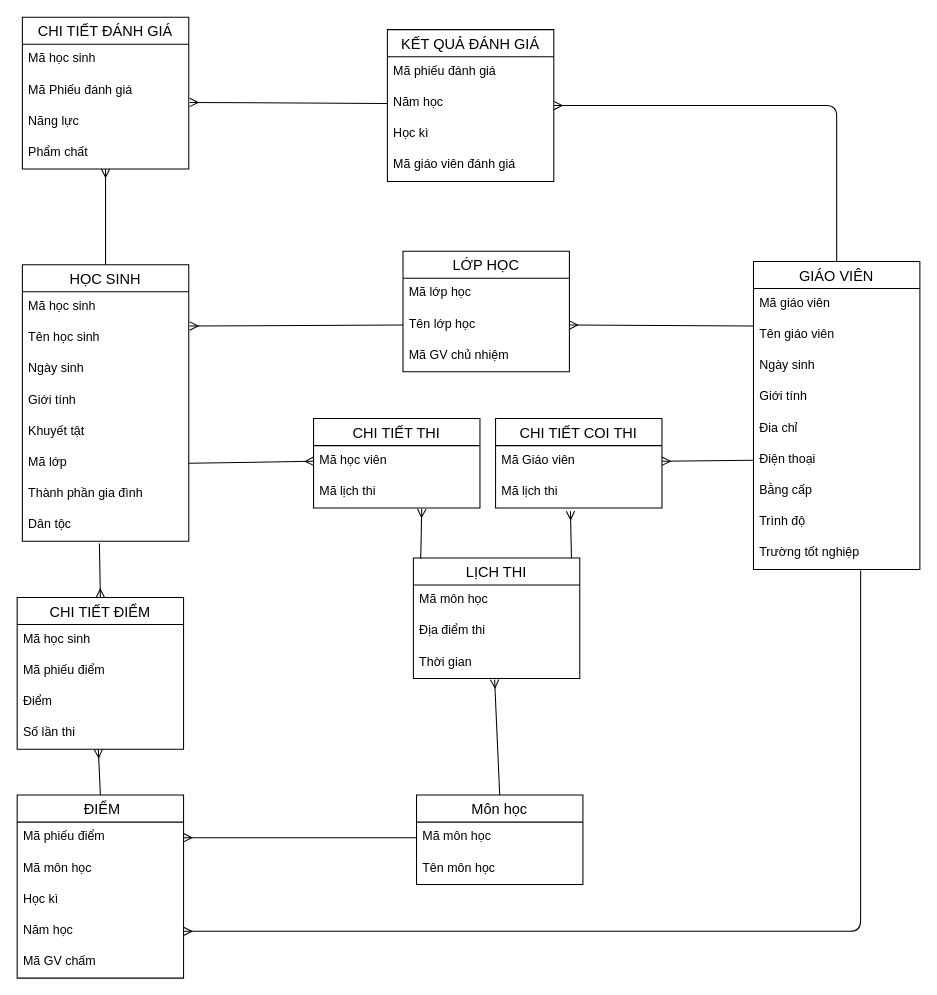
TLGKien/graph keeps this draw.io diagram as 3.2.2.drawio. Above is the earlier version. Source tidied: cells renumbered, new cells numbered last; positions are measured from the earlier drawing's top-left corner, leaving out a move shared by most shapes. Both pictures are drawn from the tidied source at 104%, with x=0, y=0 at pixel (17, 17).
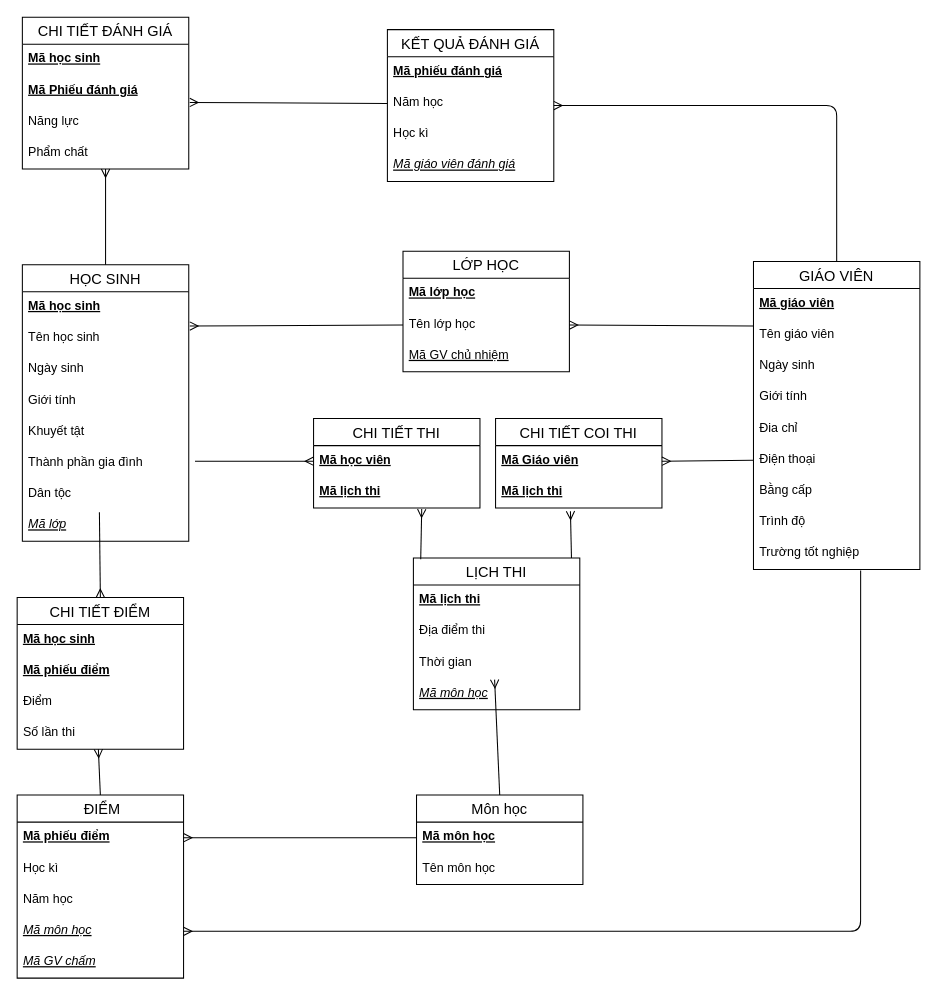
The same page after the edit.

Unchanged cells that the change refers to:
```xml
<mxCell id="2" value="HỌC SINH" style="swimlane;fontStyle=0;horizontal=1;startSize=26;align=center;fontSize=14;" parent="1" vertex="1">
  <mxGeometry x="5" y="238" width="160" height="266" as="geometry" />
</mxCell>
<mxCell id="11" value="GIÁO VIÊN" style="swimlane;fontStyle=0;horizontal=1;startSize=26;align=center;fontSize=14;" parent="1" vertex="1">
  <mxGeometry x="708" y="235" width="160" height="296" as="geometry" />
</mxCell>
<mxCell id="20" value="Trường tốt nghiệp" style="text;strokeColor=none;fillColor=none;spacingLeft=4;spacingRight=4;overflow=hidden;points=[[0,0.5],[1,0.5]];portConstraint=eastwest;fontSize=12;" parent="11" vertex="1">
  <mxGeometry y="266" width="160" height="30" as="geometry" />
</mxCell>
<mxCell id="21" value="LỚP HỌC" style="swimlane;fontStyle=0;horizontal=1;startSize=26;align=center;fontSize=14;" parent="1" vertex="1">
  <mxGeometry x="371" y="225" width="160" height="116" as="geometry" />
</mxCell>
<mxCell id="25" value="Môn học" style="swimlane;fontStyle=0;horizontal=1;startSize=26;align=center;fontSize=14;" parent="1" vertex="1">
  <mxGeometry x="384" y="748" width="160" height="86" as="geometry" />
</mxCell>
<mxCell id="32" value="CHI TIẾT COI THI" style="swimlane;fontStyle=0;horizontal=1;startSize=26;align=center;fontSize=14;" parent="1" vertex="1">
  <mxGeometry x="460" y="386" width="160" height="86" as="geometry" />
</mxCell>
<mxCell id="35" value="CHI TIẾT THI" style="swimlane;fontStyle=0;horizontal=1;startSize=26;align=center;fontSize=14;" parent="1" vertex="1">
  <mxGeometry x="285" y="386" width="160" height="86" as="geometry" />
</mxCell>
<mxCell id="38" value=" ĐIỂM" style="swimlane;fontStyle=0;horizontal=1;startSize=26;align=center;fontSize=14;" parent="1" vertex="1">
  <mxGeometry y="748" width="160" height="176" as="geometry" />
</mxCell>
<mxCell id="44" value="CHI TIẾT ĐIỂM" style="swimlane;fontStyle=0;horizontal=1;startSize=26;align=center;fontSize=14;" parent="1" vertex="1">
  <mxGeometry y="558" width="160" height="146" as="geometry" />
</mxCell>
<mxCell id="49" value="KẾT QUẢ ĐÁNH GIÁ" style="swimlane;fontStyle=0;horizontal=1;startSize=26;align=center;fontSize=14;" parent="1" vertex="1">
  <mxGeometry x="356" y="12" width="160" height="146" as="geometry" />
</mxCell>
<mxCell id="54" value="CHI TIẾT ĐÁNH GIÁ" style="swimlane;fontStyle=0;horizontal=1;startSize=26;align=center;fontSize=14;" parent="1" vertex="1">
  <mxGeometry x="5" width="160" height="146" as="geometry" />
</mxCell>
```

What changed in the source:
```diff
@@
-    <mxCell id="3" value="Mã học sinh" style="text;strokeColor=none;fillColor=none;spacingLeft=4;spacingRight=4;overflow=hidden;fontSize=12;fontStyle=0;" parent="2" vertex="1">
+    <mxCell id="3" value="Mã học sinh" style="text;strokeColor=none;fillColor=none;spacingLeft=4;spacingRight=4;overflow=hidden;fontSize=12;fontStyle=5;" parent="2" vertex="1">
       <mxGeometry y="26" width="160" height="30" as="geometry" />
     </mxCell>
@@
-    <mxCell id="8" value="Mã lớp" style="text;strokeColor=none;fillColor=none;spacingLeft=4;spacingRight=4;overflow=hidden;points=[[0,0.5],[1,0.5]];portConstraint=eastwest;fontSize=12;" parent="2" vertex="1">
-      <mxGeometry y="176" width="160" height="30" as="geometry" />
-    </mxCell>
     <mxCell id="9" value="Thành phần gia đình" style="text;strokeColor=none;fillColor=none;spacingLeft=4;spacingRight=4;overflow=hidden;fontSize=12;" parent="2" vertex="1">
-      <mxGeometry y="206" width="160" height="30" as="geometry" />
+      <mxGeometry y="176" width="160" height="30" as="geometry" />
     </mxCell>
     <mxCell id="10" value="Dân tộc" style="text;strokeColor=none;fillColor=none;spacingLeft=4;spacingRight=4;overflow=hidden;points=[[0,0.5],[1,0.5]];portConstraint=eastwest;fontSize=12;" parent="2" vertex="1">
-      <mxGeometry y="236" width="160" height="30" as="geometry" />
+      <mxGeometry y="206" width="160" height="30" as="geometry" />
     </mxCell>
+    <mxCell id="8" value="Mã lớp" style="text;strokeColor=none;fillColor=none;spacingLeft=4;spacingRight=4;overflow=hidden;points=[[0,0.5],[1,0.5]];portConstraint=eastwest;fontSize=12;fontStyle=6;" parent="2" vertex="1">
+      <mxGeometry y="236" width="160" height="30" as="geometry" />
+    </mxCell>
@@
-    <mxCell id="12" value="Mã giáo viên" style="text;strokeColor=none;fillColor=none;spacingLeft=4;spacingRight=4;overflow=hidden;fontSize=12;fontStyle=0;" parent="11" vertex="1">
+    <mxCell id="12" value="Mã giáo viên" style="text;strokeColor=none;fillColor=none;spacingLeft=4;spacingRight=4;overflow=hidden;fontSize=12;fontStyle=5;" parent="11" vertex="1">
       <mxGeometry y="26" width="160" height="30" as="geometry" />
     </mxCell>
@@
-    <mxCell id="22" value="Mã lớp học" style="text;strokeColor=none;fillColor=none;spacingLeft=4;spacingRight=4;overflow=hidden;fontSize=12;fontStyle=0;" parent="21" vertex="1">
+    <mxCell id="22" value="Mã lớp học" style="text;strokeColor=none;fillColor=none;spacingLeft=4;spacingRight=4;overflow=hidden;fontSize=12;fontStyle=5;" parent="21" vertex="1">
       <mxGeometry y="26" width="160" height="30" as="geometry" />
     </mxCell>
@@
-    <mxCell id="24" value="Mã GV chủ nhiệm" style="text;strokeColor=none;fillColor=none;spacingLeft=4;spacingRight=4;overflow=hidden;fontSize=12;" parent="21" vertex="1">
+    <mxCell id="24" value="Mã GV chủ nhiệm" style="text;strokeColor=none;fillColor=none;spacingLeft=4;spacingRight=4;overflow=hidden;fontSize=12;fontStyle=4;" parent="21" vertex="1">
       <mxGeometry y="86" width="160" height="30" as="geometry" />
     </mxCell>
@@
-    <mxCell id="26" value="Mã môn học" style="text;strokeColor=none;fillColor=none;spacingLeft=4;spacingRight=4;overflow=hidden;points=[[0,0.5],[1,0.5]];portConstraint=eastwest;fontSize=12;fontStyle=0;" parent="25" vertex="1">
+    <mxCell id="26" value="Mã môn học" style="text;strokeColor=none;fillColor=none;spacingLeft=4;spacingRight=4;overflow=hidden;points=[[0,0.5],[1,0.5]];portConstraint=eastwest;fontSize=12;fontStyle=5;" parent="25" vertex="1">
       <mxGeometry y="26" width="160" height="30" as="geometry" />
     </mxCell>
@@
     <mxCell id="28" value="LỊCH THI" style="swimlane;fontStyle=0;horizontal=1;startSize=26;align=center;fontSize=14;" parent="1" vertex="1">
-      <mxGeometry x="381" y="520" width="160" height="116" as="geometry" />
+      <mxGeometry x="381" y="520" width="160" height="146" as="geometry" />
     </mxCell>
-    <mxCell id="29" value="Mã môn học" style="text;strokeColor=none;fillColor=none;spacingLeft=4;spacingRight=4;overflow=hidden;fontSize=12;" parent="28" vertex="1">
+    <mxCell id="29" value="Mã lịch thi" style="text;strokeColor=none;fillColor=none;spacingLeft=4;spacingRight=4;overflow=hidden;fontSize=12;fontStyle=5;" parent="28" vertex="1">
       <mxGeometry y="26" width="160" height="30" as="geometry" />
     </mxCell>
@@
+    <mxCell id="73" value="Mã môn học" style="text;strokeColor=none;fillColor=none;spacingLeft=4;spacingRight=4;overflow=hidden;fontSize=12;fontStyle=6;" parent="28" vertex="1">
+      <mxGeometry y="116" width="160" height="30" as="geometry" />
+    </mxCell>
@@
-    <mxCell id="33" value="Mã Giáo viên" style="text;strokeColor=none;fillColor=none;spacingLeft=4;spacingRight=4;overflow=hidden;points=[[0,0.5],[1,0.5]];portConstraint=eastwest;fontSize=12;" parent="32" vertex="1">
+    <mxCell id="33" value="Mã Giáo viên" style="text;strokeColor=none;fillColor=none;spacingLeft=4;spacingRight=4;overflow=hidden;points=[[0,0.5],[1,0.5]];portConstraint=eastwest;fontSize=12;fontStyle=5;" parent="32" vertex="1">
       <mxGeometry y="26" width="160" height="30" as="geometry" />
     </mxCell>
-    <mxCell id="34" value="Mã lịch thi" style="text;strokeColor=none;fillColor=none;spacingLeft=4;spacingRight=4;overflow=hidden;points=[[0,0.5],[1,0.5]];portConstraint=eastwest;fontSize=12;" parent="32" vertex="1">
+    <mxCell id="34" value="Mã lịch thi" style="text;strokeColor=none;fillColor=none;spacingLeft=4;spacingRight=4;overflow=hidden;points=[[0,0.5],[1,0.5]];portConstraint=eastwest;fontSize=12;fontStyle=5;" parent="32" vertex="1">
       <mxGeometry y="56" width="160" height="30" as="geometry" />
     </mxCell>
@@
-    <mxCell id="36" value="Mã học viên" style="text;strokeColor=none;fillColor=none;spacingLeft=4;spacingRight=4;overflow=hidden;points=[[0,0.5],[1,0.5]];portConstraint=eastwest;fontSize=12;" parent="35" vertex="1">
+    <mxCell id="36" value="Mã học viên" style="text;strokeColor=none;fillColor=none;spacingLeft=4;spacingRight=4;overflow=hidden;points=[[0,0.5],[1,0.5]];portConstraint=eastwest;fontSize=12;fontStyle=5;" parent="35" vertex="1">
       <mxGeometry y="26" width="160" height="30" as="geometry" />
     </mxCell>
-    <mxCell id="37" value="Mã lịch thi" style="text;strokeColor=none;fillColor=none;spacingLeft=4;spacingRight=4;overflow=hidden;points=[[0,0.5],[1,0.5]];portConstraint=eastwest;fontSize=12;" parent="35" vertex="1">
+    <mxCell id="37" value="Mã lịch thi" style="text;strokeColor=none;fillColor=none;spacingLeft=4;spacingRight=4;overflow=hidden;points=[[0,0.5],[1,0.5]];portConstraint=eastwest;fontSize=12;fontStyle=5;" parent="35" vertex="1">
       <mxGeometry y="56" width="160" height="30" as="geometry" />
     </mxCell>
@@
-    <mxCell id="39" value="Mã phiếu điểm" style="text;strokeColor=none;fillColor=none;spacingLeft=4;spacingRight=4;overflow=hidden;points=[[0,0.5],[1,0.5]];portConstraint=eastwest;fontSize=12;" parent="38" vertex="1">
+    <mxCell id="39" value="Mã phiếu điểm" style="text;strokeColor=none;fillColor=none;spacingLeft=4;spacingRight=4;overflow=hidden;points=[[0,0.5],[1,0.5]];portConstraint=eastwest;fontSize=12;fontStyle=5;" parent="38" vertex="1">
       <mxGeometry y="26" width="160" height="30" as="geometry" />
     </mxCell>
-    <mxCell id="40" value="Mã môn học" style="text;strokeColor=none;fillColor=none;spacingLeft=4;spacingRight=4;overflow=hidden;points=[[0,0.5],[1,0.5]];portConstraint=eastwest;fontSize=12;" parent="38" vertex="1">
-      <mxGeometry y="56" width="160" height="30" as="geometry" />
-    </mxCell>
     <mxCell id="41" value="Học kì" style="text;strokeColor=none;fillColor=none;spacingLeft=4;spacingRight=4;overflow=hidden;fontSize=12;" parent="38" vertex="1">
-      <mxGeometry y="86" width="160" height="30" as="geometry" />
+      <mxGeometry y="56" width="160" height="30" as="geometry" />
     </mxCell>
     <mxCell id="42" value="Năm học" style="text;strokeColor=none;fillColor=none;spacingLeft=4;spacingRight=4;overflow=hidden;points=[[0,0.5],[1,0.5]];portConstraint=eastwest;fontSize=12;" parent="38" vertex="1">
-      <mxGeometry y="116" width="160" height="30" as="geometry" />
+      <mxGeometry y="86" width="160" height="30" as="geometry" />
     </mxCell>
+    <mxCell id="40" value="Mã môn học" style="text;strokeColor=none;fillColor=none;spacingLeft=4;spacingRight=4;overflow=hidden;points=[[0,0.5],[1,0.5]];portConstraint=eastwest;fontSize=12;fontStyle=6;" parent="38" vertex="1">
+      <mxGeometry y="116" width="160" height="30" as="geometry" />
+    </mxCell>
-    <mxCell id="43" value="Mã GV chấm" style="text;strokeColor=none;fillColor=none;spacingLeft=4;spacingRight=4;overflow=hidden;fontSize=12;" parent="38" vertex="1">
+    <mxCell id="43" value="Mã GV chấm" style="text;strokeColor=none;fillColor=none;spacingLeft=4;spacingRight=4;overflow=hidden;fontSize=12;fontStyle=6;" parent="38" vertex="1">
       <mxGeometry y="146" width="160" height="30" as="geometry" />
     </mxCell>
@@
-    <mxCell id="45" value="Mã học sinh" style="text;strokeColor=none;fillColor=none;spacingLeft=4;spacingRight=4;overflow=hidden;fontSize=12;" parent="44" vertex="1">
+    <mxCell id="45" value="Mã học sinh" style="text;strokeColor=none;fillColor=none;spacingLeft=4;spacingRight=4;overflow=hidden;fontSize=12;fontStyle=5;" parent="44" vertex="1">
       <mxGeometry y="26" width="160" height="30" as="geometry" />
     </mxCell>
-    <mxCell id="46" value="Mã phiếu điểm" style="text;strokeColor=none;fillColor=none;spacingLeft=4;spacingRight=4;overflow=hidden;fontSize=12;" parent="44" vertex="1">
+    <mxCell id="46" value="Mã phiếu điểm" style="text;strokeColor=none;fillColor=none;spacingLeft=4;spacingRight=4;overflow=hidden;fontSize=12;fontStyle=5;" parent="44" vertex="1">
       <mxGeometry y="56" width="160" height="30" as="geometry" />
     </mxCell>
@@
-    <mxCell id="50" value="Mã phiếu đánh giá" style="text;strokeColor=none;fillColor=none;spacingLeft=4;spacingRight=4;overflow=hidden;fontSize=12;" parent="49" vertex="1">
+    <mxCell id="50" value="Mã phiếu đánh giá" style="text;strokeColor=none;fillColor=none;spacingLeft=4;spacingRight=4;overflow=hidden;fontSize=12;fontStyle=5;" parent="49" vertex="1">
       <mxGeometry y="26" width="160" height="30" as="geometry" />
     </mxCell>
@@
-    <mxCell id="53" value="Mã giáo viên đánh giá" style="text;strokeColor=none;fillColor=none;spacingLeft=4;spacingRight=4;overflow=hidden;fontSize=12;" parent="49" vertex="1">
+    <mxCell id="53" value="Mã giáo viên đánh giá" style="text;strokeColor=none;fillColor=none;spacingLeft=4;spacingRight=4;overflow=hidden;fontSize=12;fontStyle=6;" parent="49" vertex="1">
       <mxGeometry y="116" width="160" height="30" as="geometry" />
     </mxCell>
@@
-    <mxCell id="55" value="Mã học sinh" style="text;strokeColor=none;fillColor=none;spacingLeft=4;spacingRight=4;overflow=hidden;fontSize=12;" parent="54" vertex="1">
+    <mxCell id="55" value="Mã học sinh" style="text;strokeColor=none;fillColor=none;spacingLeft=4;spacingRight=4;overflow=hidden;fontSize=12;fontStyle=5;" parent="54" vertex="1">
       <mxGeometry y="26" width="160" height="30" as="geometry" />
     </mxCell>
-    <mxCell id="56" value="Mã Phiếu đánh giá" style="text;strokeColor=none;fillColor=none;spacingLeft=4;spacingRight=4;overflow=hidden;fontSize=12;" parent="54" vertex="1">
+    <mxCell id="56" value="Mã Phiếu đánh giá" style="text;strokeColor=none;fillColor=none;spacingLeft=4;spacingRight=4;overflow=hidden;fontSize=12;fontStyle=5;" parent="54" vertex="1">
       <mxGeometry y="56" width="160" height="30" as="geometry" />
     </mxCell>
@@
-    <mxCell id="64" style="fontSize=12;html=1;endArrow=ERmany;exitX=0.644;exitY=1.033;exitDx=0;exitDy=0;entryX=1;entryY=0.5;entryDx=0;entryDy=0;exitPerimeter=0;" parent="1" edge="1" source="20" target="42">
+    <mxCell id="64" style="fontSize=12;html=1;endArrow=ERmany;exitX=0.644;exitY=1.033;exitDx=0;exitDy=0;entryX=1;entryY=0.5;entryDx=0;entryDy=0;exitPerimeter=0;" parent="1" edge="1" source="20" target="40">
       <mxGeometry relative="1" as="geometry">
         <Array as="points">
           <mxPoint x="811" y="879" />
         </Array>
       </mxGeometry>
     </mxCell>
@@
-    <mxCell id="69" style="fontSize=12;html=1;endArrow=ERmany;exitX=1;exitY=0.5;exitDx=0;exitDy=0;entryX=0;entryY=0.5;entryDx=0;entryDy=0;" parent="1" edge="1" source="8" target="36">
-      <mxGeometry relative="1" as="geometry" />
+    <mxCell id="69" style="fontSize=12;html=1;endArrow=ERmany;entryX=0;entryY=0.5;entryDx=0;entryDy=0;" parent="1" edge="1" target="36">
+      <mxGeometry relative="1" as="geometry">
+        <mxPoint x="171" y="427" as="sourcePoint" />
+      </mxGeometry>
     </mxCell>
```
